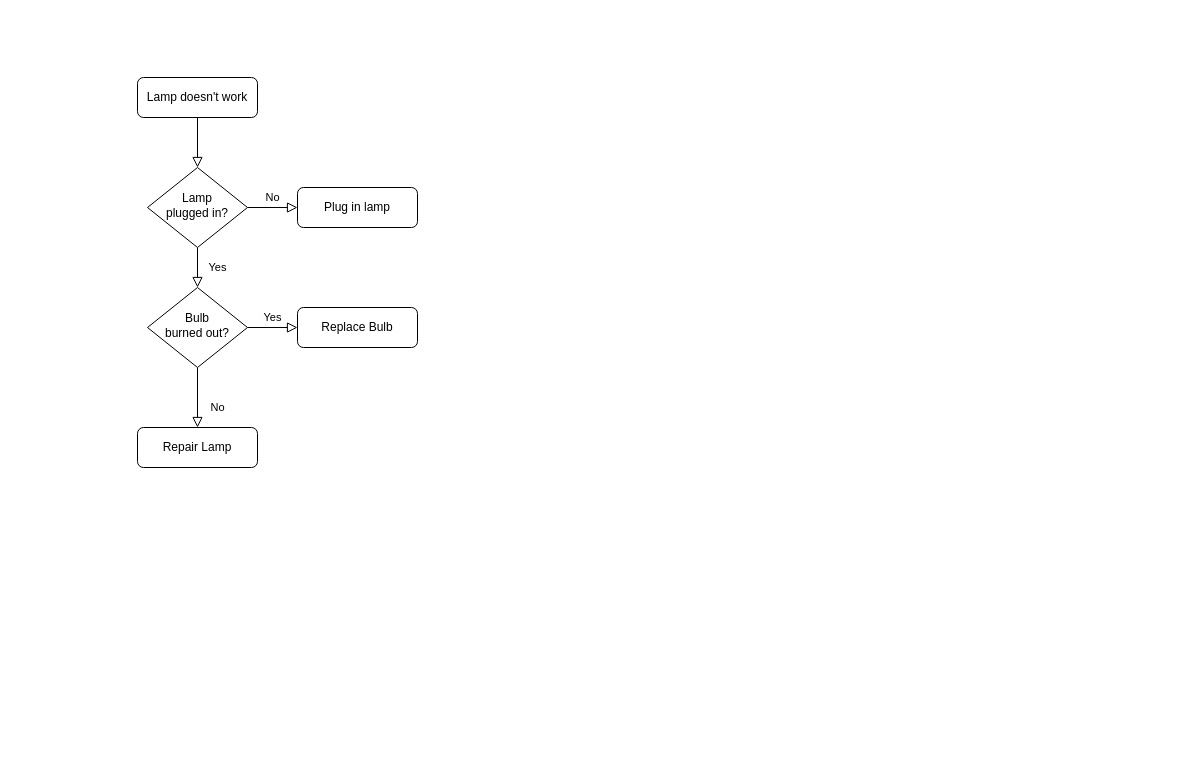
This is Untitled Diagram.drawio from homike/media, a draw.io file, before an edit. Source tidied: cells renumbered, new cells numbered last; positions are measured from the earlier drawing's top-left corner, leaving out a move shared by most shapes. Both pictures are drawn from the tidied source at 100%, with x=0, y=0 at pixel (137, 77).
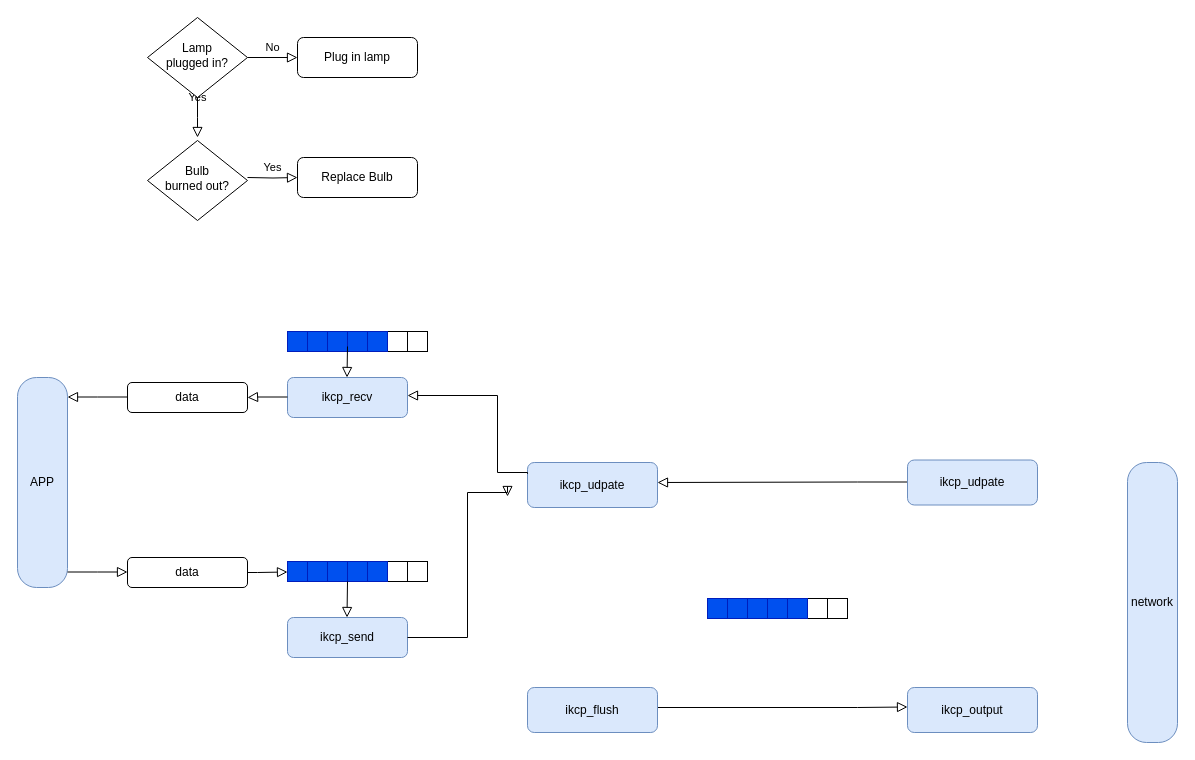
The same diagram, later.

The edit, as a diff of the source:
```diff
@@
-    <mxCell id="2" style="rounded=0;html=1;jettySize=auto;fontSize=11;endArrow=block;endFill=0;endSize=8;strokeWidth=1;shadow=0;labelBackgroundColor=none;edgeStyle=orthogonalEdgeStyle;" parent="1" edge="1" source="3" target="6">
-      <mxGeometry relative="1" as="geometry" />
-    </mxCell>
-    <mxCell id="3" value="Lamp doesn't work" style="rounded=1;whiteSpace=wrap;html=1;fontSize=12;glass=0;strokeWidth=1;shadow=0;" parent="1" vertex="1">
-      <mxGeometry width="120" height="40" as="geometry" />
+    <mxCell id="3" value="APP&lt;br&gt;" style="rounded=1;whiteSpace=wrap;html=1;fontSize=12;glass=0;strokeWidth=1;shadow=0;fillColor=#dae8fc;strokeColor=#6c8ebf;direction=south;arcSize=38;" parent="1" vertex="1">
+      <mxGeometry x="-120" y="300" width="50" height="210" as="geometry" />
     </mxCell>
-    <mxCell id="4" value="Yes" style="rounded=0;html=1;jettySize=auto;fontSize=11;endArrow=block;endFill=0;endSize=8;strokeWidth=1;shadow=0;labelBackgroundColor=none;edgeStyle=orthogonalEdgeStyle;" parent="1" edge="1" source="6" target="10">
-      <mxGeometry y="20" relative="1" as="geometry" />
+    <mxCell id="4" value="Yes" style="rounded=0;html=1;jettySize=auto;fontSize=11;endArrow=block;endFill=0;endSize=8;strokeWidth=1;shadow=0;labelBackgroundColor=none;edgeStyle=orthogonalEdgeStyle;" parent="1" edge="1" source="6">
+      <mxGeometry y="20" relative="1" as="geometry">
+        <mxPoint x="60" y="60" as="targetPoint" />
+      </mxGeometry>
     </mxCell>
@@
     <mxCell id="6" value="Lamp&lt;br&gt;plugged in?" style="rhombus;whiteSpace=wrap;html=1;shadow=0;fontFamily=Helvetica;fontSize=12;align=center;strokeWidth=1;spacing=6;spacingTop=-4;" parent="1" vertex="1">
-      <mxGeometry x="10" y="90" width="100" height="80" as="geometry" />
+      <mxGeometry x="10" y="-60" width="100" height="80" as="geometry" />
     </mxCell>
     <mxCell id="7" value="Plug in lamp" style="rounded=1;whiteSpace=wrap;html=1;fontSize=12;glass=0;strokeWidth=1;shadow=0;" parent="1" vertex="1">
-      <mxGeometry x="160" y="110" width="120" height="40" as="geometry" />
+      <mxGeometry x="160" y="-40" width="120" height="40" as="geometry" />
     </mxCell>
-    <mxCell id="8" value="No" style="rounded=0;html=1;jettySize=auto;fontSize=11;endArrow=block;endFill=0;endSize=8;strokeWidth=1;shadow=0;labelBackgroundColor=none;edgeStyle=orthogonalEdgeStyle;" parent="1" edge="1" source="10" target="11">
-      <mxGeometry x="0.33" y="20" relative="1" as="geometry" />
-    </mxCell>
-    <mxCell id="9" value="Yes" style="edgeStyle=orthogonalEdgeStyle;rounded=0;html=1;jettySize=auto;fontSize=11;endArrow=block;endFill=0;endSize=8;strokeWidth=1;shadow=0;labelBackgroundColor=none;" parent="1" edge="1" source="10" target="12">
-      <mxGeometry y="10" relative="1" as="geometry" />
+    <mxCell id="9" value="Yes" style="edgeStyle=orthogonalEdgeStyle;rounded=0;html=1;jettySize=auto;fontSize=11;endArrow=block;endFill=0;endSize=8;strokeWidth=1;shadow=0;labelBackgroundColor=none;" parent="1" edge="1" target="12">
+      <mxGeometry y="10" relative="1" as="geometry">
+        <mxPoint x="110" y="100" as="sourcePoint" />
+      </mxGeometry>
     </mxCell>
     <mxCell id="10" value="Bulb&lt;br&gt;burned out?" style="rhombus;whiteSpace=wrap;html=1;shadow=0;fontFamily=Helvetica;fontSize=12;align=center;strokeWidth=1;spacing=6;spacingTop=-4;" parent="1" vertex="1">
-      <mxGeometry x="10" y="210" width="100" height="80" as="geometry" />
+      <mxGeometry x="10" y="63" width="100" height="80" as="geometry" />
     </mxCell>
+    <mxCell id="12" value="Replace Bulb" style="rounded=1;whiteSpace=wrap;html=1;fontSize=12;glass=0;strokeWidth=1;shadow=0;" parent="1" vertex="1">
+      <mxGeometry x="160" y="80" width="120" height="40" as="geometry" />
+    </mxCell>
+    <mxCell id="13" value="data" style="rounded=1;whiteSpace=wrap;html=1;fontSize=12;glass=0;strokeWidth=1;shadow=0;" parent="1" vertex="1">
+      <mxGeometry x="-10" y="480" width="120" height="30" as="geometry" />
+    </mxCell>
-    <mxCell id="11" value="Repair Lamp" style="rounded=1;whiteSpace=wrap;html=1;fontSize=12;glass=0;strokeWidth=1;shadow=0;" parent="1" vertex="1">
-      <mxGeometry y="350" width="120" height="40" as="geometry" />
+    <mxCell id="11" value="data" style="rounded=1;whiteSpace=wrap;html=1;fontSize=12;glass=0;strokeWidth=1;shadow=0;" parent="1" vertex="1">
+      <mxGeometry x="-10" y="305" width="120" height="30" as="geometry" />
     </mxCell>
-    <mxCell id="12" value="Replace Bulb" style="rounded=1;whiteSpace=wrap;html=1;fontSize=12;glass=0;strokeWidth=1;shadow=0;" parent="1" vertex="1">
-      <mxGeometry x="160" y="230" width="120" height="40" as="geometry" />
-    </mxCell>
+    <mxCell id="14" style="rounded=0;html=1;jettySize=auto;orthogonalLoop=1;fontSize=11;endArrow=block;endFill=0;endSize=8;strokeWidth=1;shadow=0;labelBackgroundColor=none;edgeStyle=orthogonalEdgeStyle;exitX=0.067;exitY=0;exitDx=0;exitDy=0;exitPerimeter=0;" parent="1" edge="1">
+      <mxGeometry relative="1" as="geometry">
+        <mxPoint x="-10" y="319.5" as="sourcePoint" />
+        <mxPoint x="-70" y="319.5" as="targetPoint" />
+        <Array as="points">
+          <mxPoint x="-40" y="319.5" />
+          <mxPoint x="-40" y="319.5" />
+        </Array>
+      </mxGeometry>
+    </mxCell>
+    <mxCell id="15" style="rounded=0;html=1;jettySize=auto;orthogonalLoop=1;fontSize=11;endArrow=block;endFill=0;endSize=8;strokeWidth=1;shadow=0;labelBackgroundColor=none;edgeStyle=orthogonalEdgeStyle;exitX=0.067;exitY=0;exitDx=0;exitDy=0;exitPerimeter=0;" parent="1" edge="1">
+      <mxGeometry relative="1" as="geometry">
+        <mxPoint x="-70" y="494.5" as="sourcePoint" />
+        <mxPoint x="-10" y="494.5" as="targetPoint" />
+        <Array as="points">
+          <mxPoint x="-40" y="494.5" />
+          <mxPoint x="-40" y="494.5" />
+        </Array>
+      </mxGeometry>
+    </mxCell>
+    <mxCell id="16" value="ikcp_recv" style="rounded=1;whiteSpace=wrap;html=1;fontSize=12;glass=0;strokeWidth=1;shadow=0;fillColor=#dae8fc;strokeColor=#6c8ebf;" parent="1" vertex="1">
+      <mxGeometry x="150" y="300" width="120" height="40" as="geometry" />
+    </mxCell>
+    <mxCell id="17" value="&lt;span&gt;ikcp_send&lt;br&gt;&lt;/span&gt;" style="rounded=1;whiteSpace=wrap;html=1;fontSize=12;glass=0;strokeWidth=1;shadow=0;fillColor=#dae8fc;strokeColor=#6c8ebf;" parent="1" vertex="1">
+      <mxGeometry x="150" y="540" width="120" height="40" as="geometry" />
+    </mxCell>
+    <mxCell id="18" style="rounded=0;whiteSpace=wrap;html=1;fillColor=#0050ef;strokeColor=#001DBC;fontColor=#ffffff;" parent="1" vertex="1">
+      <mxGeometry x="150" y="484" width="20" height="20" as="geometry" />
+    </mxCell>
+    <mxCell id="19" style="rounded=0;whiteSpace=wrap;html=1;fillColor=#0050ef;strokeColor=#001DBC;fontColor=#ffffff;" parent="1" vertex="1">
+      <mxGeometry x="170" y="484" width="20" height="20" as="geometry" />
+    </mxCell>
+    <mxCell id="20" style="rounded=0;whiteSpace=wrap;html=1;fillColor=#0050ef;strokeColor=#001DBC;fontColor=#ffffff;" parent="1" vertex="1">
+      <mxGeometry x="190" y="484" width="20" height="20" as="geometry" />
+    </mxCell>
+    <mxCell id="21" style="rounded=0;whiteSpace=wrap;html=1;" parent="1" vertex="1">
+      <mxGeometry x="270" y="484" width="20" height="20" as="geometry" />
+    </mxCell>
+    <mxCell id="22" style="rounded=0;whiteSpace=wrap;html=1;" parent="1" vertex="1">
+      <mxGeometry x="250" y="484" width="20" height="20" as="geometry" />
+    </mxCell>
+    <mxCell id="23" style="rounded=0;whiteSpace=wrap;html=1;fillColor=#0050ef;strokeColor=#001DBC;fontColor=#ffffff;" parent="1" vertex="1">
+      <mxGeometry x="210" y="484" width="20" height="20" as="geometry" />
+    </mxCell>
+    <mxCell id="24" style="rounded=0;whiteSpace=wrap;html=1;fillColor=#0050ef;strokeColor=#001DBC;fontColor=#ffffff;" parent="1" vertex="1">
+      <mxGeometry x="230" y="484" width="20" height="20" as="geometry" />
+    </mxCell>
+    <mxCell id="25" style="rounded=0;html=1;jettySize=auto;orthogonalLoop=1;fontSize=11;endArrow=block;endFill=0;endSize=8;strokeWidth=1;shadow=0;labelBackgroundColor=none;edgeStyle=orthogonalEdgeStyle;" parent="1" edge="1">
+      <mxGeometry relative="1" as="geometry">
+        <mxPoint x="110" y="495" as="sourcePoint" />
+        <mxPoint x="150" y="494.5" as="targetPoint" />
+        <Array as="points">
+          <mxPoint x="120" y="494.5" />
+          <mxPoint x="120" y="494.5" />
+        </Array>
+      </mxGeometry>
+    </mxCell>
+    <mxCell id="26" style="rounded=0;html=1;jettySize=auto;orthogonalLoop=1;fontSize=11;endArrow=block;endFill=0;endSize=8;strokeWidth=1;shadow=0;labelBackgroundColor=none;edgeStyle=orthogonalEdgeStyle;" parent="1" edge="1">
+      <mxGeometry relative="1" as="geometry">
+        <mxPoint x="150" y="319.5" as="sourcePoint" />
+        <mxPoint x="110" y="320" as="targetPoint" />
+        <Array as="points">
+          <mxPoint x="120" y="319.5" />
+          <mxPoint x="120" y="319.5" />
+        </Array>
+      </mxGeometry>
+    </mxCell>
+    <mxCell id="27" style="rounded=0;html=1;jettySize=auto;fontSize=11;endArrow=block;endFill=0;endSize=8;strokeWidth=1;shadow=0;labelBackgroundColor=none;edgeStyle=orthogonalEdgeStyle;exitX=1;exitY=1;exitDx=0;exitDy=0;" parent="1" edge="1" source="20">
+      <mxGeometry y="20" relative="1" as="geometry">
+        <mxPoint x="209.5" y="540" as="targetPoint" />
+      </mxGeometry>
+    </mxCell>
+    <mxCell id="28" value="ikcp_udpate" style="rounded=1;whiteSpace=wrap;html=1;fontSize=12;glass=0;strokeWidth=1;shadow=0;fillColor=#dae8fc;strokeColor=#6c8ebf;" parent="1" vertex="1">
+      <mxGeometry x="390" y="385" width="130" height="45" as="geometry" />
+    </mxCell>
+    <mxCell id="29" style="rounded=0;whiteSpace=wrap;html=1;fillColor=#0050ef;strokeColor=#001DBC;fontColor=#ffffff;" parent="1" vertex="1">
+      <mxGeometry x="150" y="254" width="20" height="20" as="geometry" />
+    </mxCell>
+    <mxCell id="30" style="rounded=0;whiteSpace=wrap;html=1;fillColor=#0050ef;strokeColor=#001DBC;fontColor=#ffffff;" parent="1" vertex="1">
+      <mxGeometry x="170" y="254" width="20" height="20" as="geometry" />
+    </mxCell>
+    <mxCell id="31" style="rounded=0;whiteSpace=wrap;html=1;fillColor=#0050ef;strokeColor=#001DBC;fontColor=#ffffff;" parent="1" vertex="1">
+      <mxGeometry x="190" y="254" width="20" height="20" as="geometry" />
+    </mxCell>
+    <mxCell id="32" style="rounded=0;whiteSpace=wrap;html=1;" parent="1" vertex="1">
+      <mxGeometry x="270" y="254" width="20" height="20" as="geometry" />
+    </mxCell>
+    <mxCell id="33" style="rounded=0;whiteSpace=wrap;html=1;" parent="1" vertex="1">
+      <mxGeometry x="250" y="254" width="20" height="20" as="geometry" />
+    </mxCell>
+    <mxCell id="34" style="rounded=0;whiteSpace=wrap;html=1;fillColor=#0050ef;strokeColor=#001DBC;fontColor=#ffffff;" parent="1" vertex="1">
+      <mxGeometry x="210" y="254" width="20" height="20" as="geometry" />
+    </mxCell>
+    <mxCell id="35" style="rounded=0;whiteSpace=wrap;html=1;fillColor=#0050ef;strokeColor=#001DBC;fontColor=#ffffff;" parent="1" vertex="1">
+      <mxGeometry x="230" y="254" width="20" height="20" as="geometry" />
+    </mxCell>
+    <mxCell id="36" style="rounded=0;html=1;jettySize=auto;fontSize=11;endArrow=block;endFill=0;endSize=8;strokeWidth=1;shadow=0;labelBackgroundColor=none;edgeStyle=orthogonalEdgeStyle;exitX=1;exitY=0.75;exitDx=0;exitDy=0;" parent="1" edge="1" source="31">
+      <mxGeometry y="20" relative="1" as="geometry">
+        <mxPoint x="209.5" y="300" as="targetPoint" />
+      </mxGeometry>
+    </mxCell>
+    <mxCell id="37" style="rounded=0;html=1;jettySize=auto;fontSize=11;endArrow=block;endFill=0;endSize=8;strokeWidth=1;shadow=0;labelBackgroundColor=none;edgeStyle=orthogonalEdgeStyle;exitX=1;exitY=0.5;exitDx=0;exitDy=0;" parent="1" edge="1" source="17">
+      <mxGeometry relative="1" as="geometry">
+        <mxPoint x="370" y="419" as="targetPoint" />
+        <Array as="points">
+          <mxPoint x="330" y="560" />
+          <mxPoint x="330" y="415" />
+          <mxPoint x="370" y="415" />
+          <mxPoint x="370" y="419" />
+        </Array>
+      </mxGeometry>
+    </mxCell>
+    <mxCell id="38" style="rounded=0;html=1;jettySize=auto;fontSize=11;endArrow=block;endFill=0;endSize=8;strokeWidth=1;shadow=0;labelBackgroundColor=none;edgeStyle=orthogonalEdgeStyle;exitX=0;exitY=0.25;exitDx=0;exitDy=0;" parent="1" edge="1" source="28">
+      <mxGeometry relative="1" as="geometry">
+        <mxPoint x="270" y="318" as="targetPoint" />
+        <Array as="points">
+          <mxPoint x="360" y="395" />
+          <mxPoint x="360" y="318" />
+        </Array>
+      </mxGeometry>
+    </mxCell>
+    <mxCell id="39" value="network" style="rounded=1;whiteSpace=wrap;html=1;fontSize=12;glass=0;strokeWidth=1;shadow=0;fillColor=#dae8fc;strokeColor=#6c8ebf;direction=south;arcSize=38;" parent="1" vertex="1">
+      <mxGeometry x="990" y="385" width="50" height="280" as="geometry" />
+    </mxCell>
+    <mxCell id="40" style="rounded=0;html=1;jettySize=auto;fontSize=11;endArrow=block;endFill=0;endSize=8;strokeWidth=1;shadow=0;labelBackgroundColor=none;edgeStyle=orthogonalEdgeStyle;exitX=1;exitY=0.5;exitDx=0;exitDy=0;" parent="1" edge="1" source="42">
+      <mxGeometry relative="1" as="geometry">
+        <mxPoint x="770" y="629.5" as="targetPoint" />
+        <Array as="points">
+          <mxPoint x="520" y="630" />
+          <mxPoint x="720" y="630" />
+        </Array>
+      </mxGeometry>
+    </mxCell>
+    <mxCell id="41" style="rounded=0;html=1;jettySize=auto;orthogonalLoop=1;fontSize=11;endArrow=block;endFill=0;endSize=8;strokeWidth=1;shadow=0;labelBackgroundColor=none;edgeStyle=orthogonalEdgeStyle;exitX=0.067;exitY=0;exitDx=0;exitDy=0;exitPerimeter=0;" parent="1" edge="1">
+      <mxGeometry relative="1" as="geometry">
+        <mxPoint x="770" y="404.5" as="sourcePoint" />
+        <mxPoint x="520" y="405" as="targetPoint" />
+        <Array as="points">
+          <mxPoint x="720" y="405" />
+          <mxPoint x="720" y="405" />
+        </Array>
+      </mxGeometry>
+    </mxCell>
+    <mxCell id="42" value="ikcp_flush" style="rounded=1;whiteSpace=wrap;html=1;fontSize=12;glass=0;strokeWidth=1;shadow=0;fillColor=#dae8fc;strokeColor=#6c8ebf;" parent="1" vertex="1">
+      <mxGeometry x="390" y="610" width="130" height="45" as="geometry" />
+    </mxCell>
+    <mxCell id="43" value="ikcp_output" style="rounded=1;whiteSpace=wrap;html=1;fontSize=12;glass=0;strokeWidth=1;shadow=0;fillColor=#dae8fc;strokeColor=#6c8ebf;" parent="1" vertex="1">
+      <mxGeometry x="770" y="610" width="130" height="45" as="geometry" />
+    </mxCell>
+    <mxCell id="44" value="ikcp_udpate" style="rounded=1;whiteSpace=wrap;html=1;fontSize=12;glass=0;strokeWidth=1;shadow=0;fillColor=#dae8fc;strokeColor=#6c8ebf;" parent="1" vertex="1">
+      <mxGeometry x="770" y="382.5" width="130" height="45" as="geometry" />
+    </mxCell>
+    <mxCell id="45" style="rounded=0;whiteSpace=wrap;html=1;fillColor=#0050ef;strokeColor=#001DBC;fontColor=#ffffff;" parent="1" vertex="1">
+      <mxGeometry x="570" y="521" width="20" height="20" as="geometry" />
+    </mxCell>
+    <mxCell id="46" style="rounded=0;whiteSpace=wrap;html=1;fillColor=#0050ef;strokeColor=#001DBC;fontColor=#ffffff;" parent="1" vertex="1">
+      <mxGeometry x="590" y="521" width="20" height="20" as="geometry" />
+    </mxCell>
+    <mxCell id="47" style="rounded=0;whiteSpace=wrap;html=1;fillColor=#0050ef;strokeColor=#001DBC;fontColor=#ffffff;" parent="1" vertex="1">
+      <mxGeometry x="610" y="521" width="20" height="20" as="geometry" />
+    </mxCell>
+    <mxCell id="48" style="rounded=0;whiteSpace=wrap;html=1;" parent="1" vertex="1">
+      <mxGeometry x="690" y="521" width="20" height="20" as="geometry" />
+    </mxCell>
+    <mxCell id="49" style="rounded=0;whiteSpace=wrap;html=1;" parent="1" vertex="1">
+      <mxGeometry x="670" y="521" width="20" height="20" as="geometry" />
+    </mxCell>
+    <mxCell id="50" style="rounded=0;whiteSpace=wrap;html=1;fillColor=#0050ef;strokeColor=#001DBC;fontColor=#ffffff;" parent="1" vertex="1">
+      <mxGeometry x="630" y="521" width="20" height="20" as="geometry" />
+    </mxCell>
+    <mxCell id="51" style="rounded=0;whiteSpace=wrap;html=1;fillColor=#0050ef;strokeColor=#001DBC;fontColor=#ffffff;" parent="1" vertex="1">
+      <mxGeometry x="650" y="521" width="20" height="20" as="geometry" />
+    </mxCell>
```
